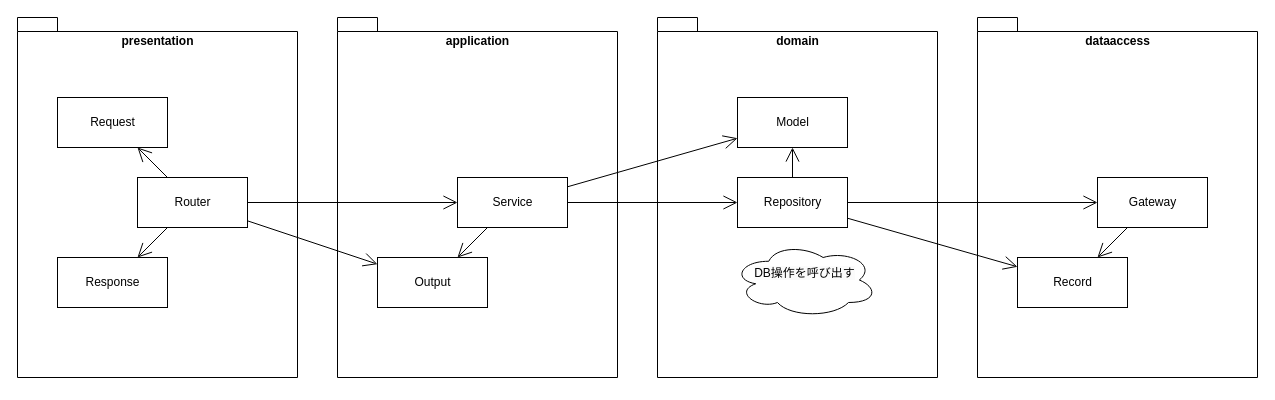
Before: docs/architecture.drawio in t1k2a/udemy-reversi-webapp, a draw.io diagram. Source tidied: cells renumbered, new cells numbered last; positions are measured from the earlier drawing's top-left corner, leaving out a move shared by most shapes. Both pictures are drawn from the tidied source at 100%, with x=0, y=0 at pixel (17, 17).
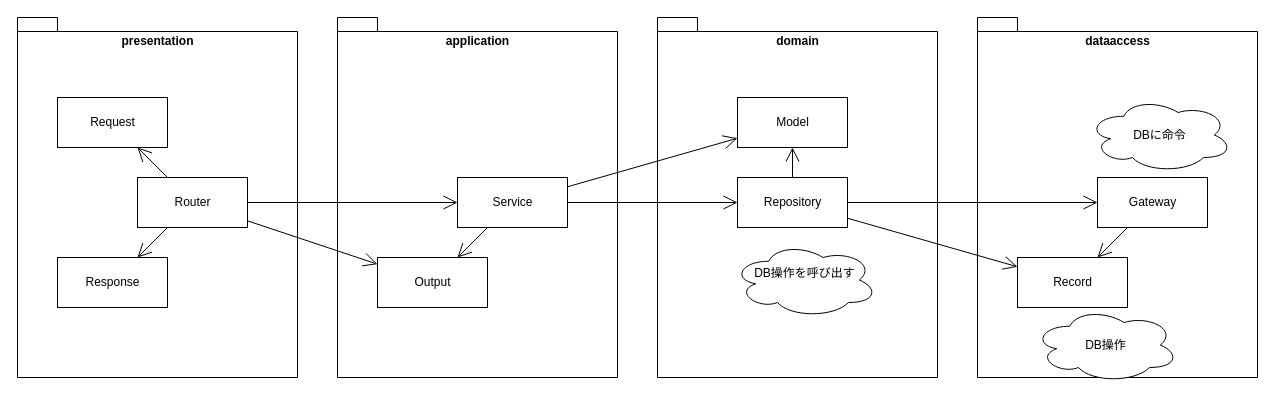
The same page after the edit.

Diff of the diagram source:
```diff
@@
+    <mxCell id="27" value="&lt;span style=&quot;color: rgb(0, 0, 0); font-family: Helvetica; font-size: 12px; font-style: normal; font-variant-ligatures: normal; font-variant-caps: normal; font-weight: 400; letter-spacing: normal; orphans: 2; text-align: center; text-indent: 0px; text-transform: none; widows: 2; word-spacing: 0px; -webkit-text-stroke-width: 0px; background-color: rgb(251, 251, 251); text-decoration-thickness: initial; text-decoration-style: initial; text-decoration-color: initial; float: none; display: inline !important;&quot;&gt;DBに命令&lt;/span&gt;" style="ellipse;shape=cloud;whiteSpace=wrap;html=1;" parent="1" vertex="1">
+      <mxGeometry x="1070" y="80" width="145" height="75" as="geometry" />
+    </mxCell>
+    <mxCell id="28" value="&lt;span style=&quot;color: rgb(0, 0, 0); font-family: Helvetica; font-size: 12px; font-style: normal; font-variant-ligatures: normal; font-variant-caps: normal; font-weight: 400; letter-spacing: normal; orphans: 2; text-align: center; text-indent: 0px; text-transform: none; widows: 2; word-spacing: 0px; -webkit-text-stroke-width: 0px; background-color: rgb(251, 251, 251); text-decoration-thickness: initial; text-decoration-style: initial; text-decoration-color: initial; float: none; display: inline !important;&quot;&gt;DB操作&lt;br&gt;&lt;/span&gt;" style="ellipse;shape=cloud;whiteSpace=wrap;html=1;" parent="1" vertex="1">
+      <mxGeometry x="1016" y="290" width="145" height="75" as="geometry" />
+    </mxCell>
```
